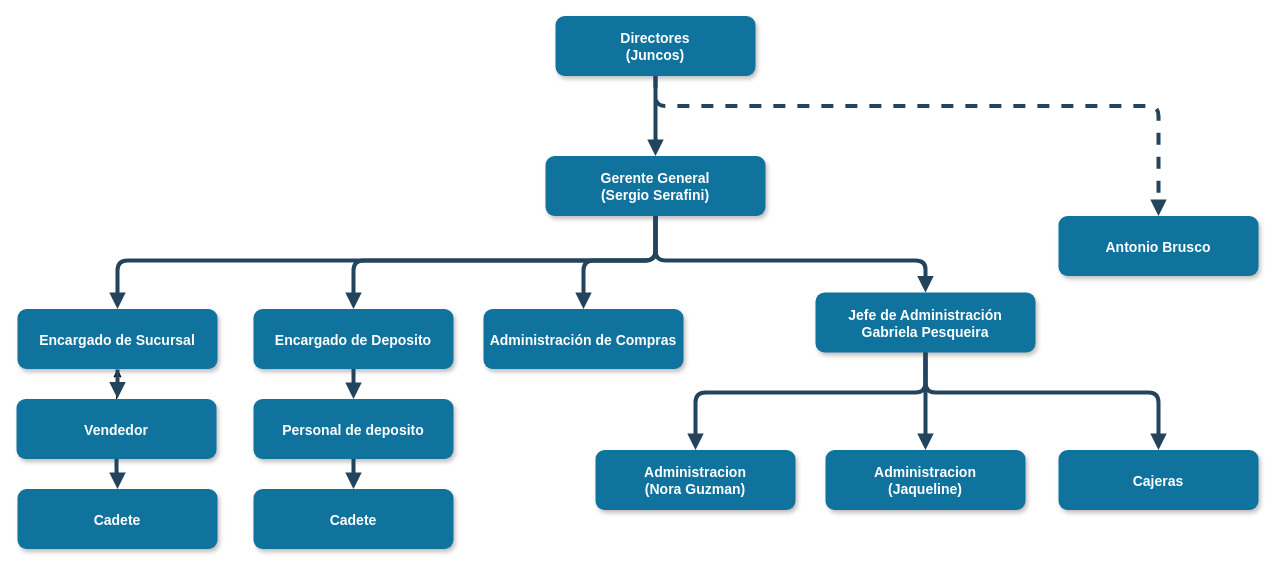
Before: Diagrama sin título.drawio in Serafa001/reactor, a draw.io diagram. Source tidied: cells renumbered, new cells numbered last; positions are measured from the earlier drawing's top-left corner, leaving out a move shared by most shapes. Both pictures are drawn from the tidied source at 100%, with x=0, y=0 at pixel (16, 16).
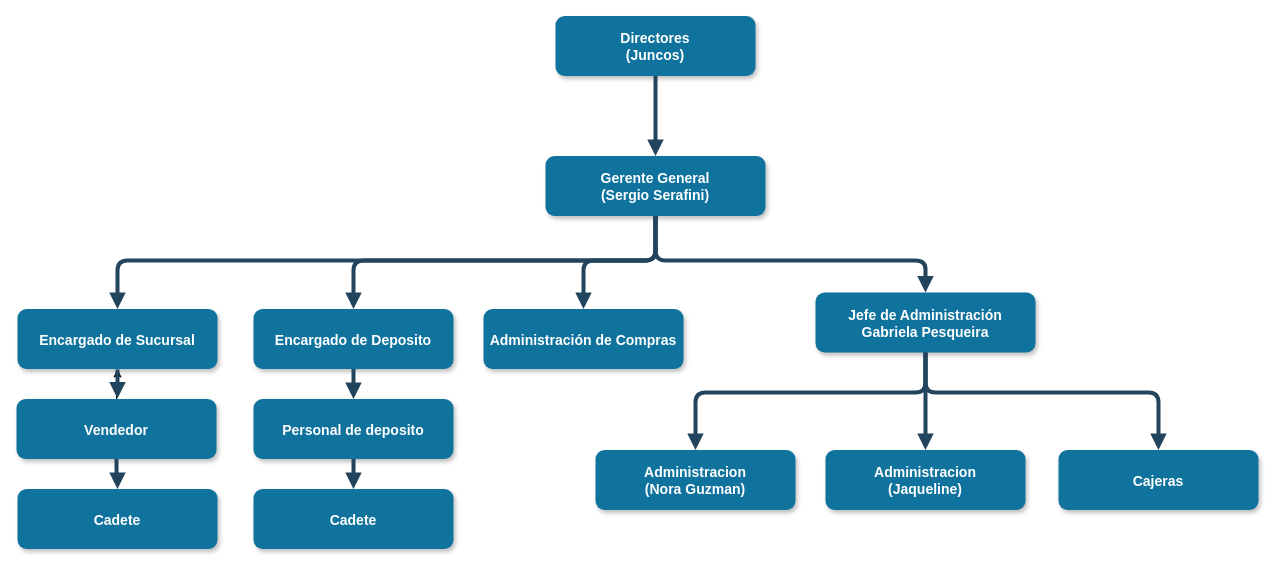
The same diagram, later.

The change refers to these unchanged cells:
```xml
<mxCell id="2" value="Directores&#10;(Juncos)" style="rounded=1;fillColor=#10739E;strokeColor=none;shadow=1;gradientColor=none;fontStyle=1;fontColor=#FFFFFF;fontSize=14;" parent="1" vertex="1">
  <mxGeometry x="539" y="-0.5" width="200" height="60" as="geometry" />
</mxCell>
```

Change to the diagram source:
```diff
@@
-    <mxCell id="4" value="Antonio Brusco" style="rounded=1;fillColor=#10739E;strokeColor=none;shadow=1;gradientColor=none;fontStyle=1;fontColor=#FFFFFF;fontSize=14;" parent="1" vertex="1">
-      <mxGeometry x="1042" y="199.5" width="200" height="60" as="geometry" />
-    </mxCell>
@@
-    <mxCell id="14" style="edgeStyle=elbowEdgeStyle;elbow=vertical;strokeWidth=4;endArrow=block;endFill=1;fontStyle=1;dashed=1;strokeColor=#23445D;entryX=0.5;entryY=0;entryDx=0;entryDy=0;" parent="1" edge="1" source="2" target="4">
-      <mxGeometry x="22" y="165.5" as="geometry">
-        <Array as="points">
-          <mxPoint x="929" y="89.5" />
-        </Array>
-      </mxGeometry>
-    </mxCell>
```
